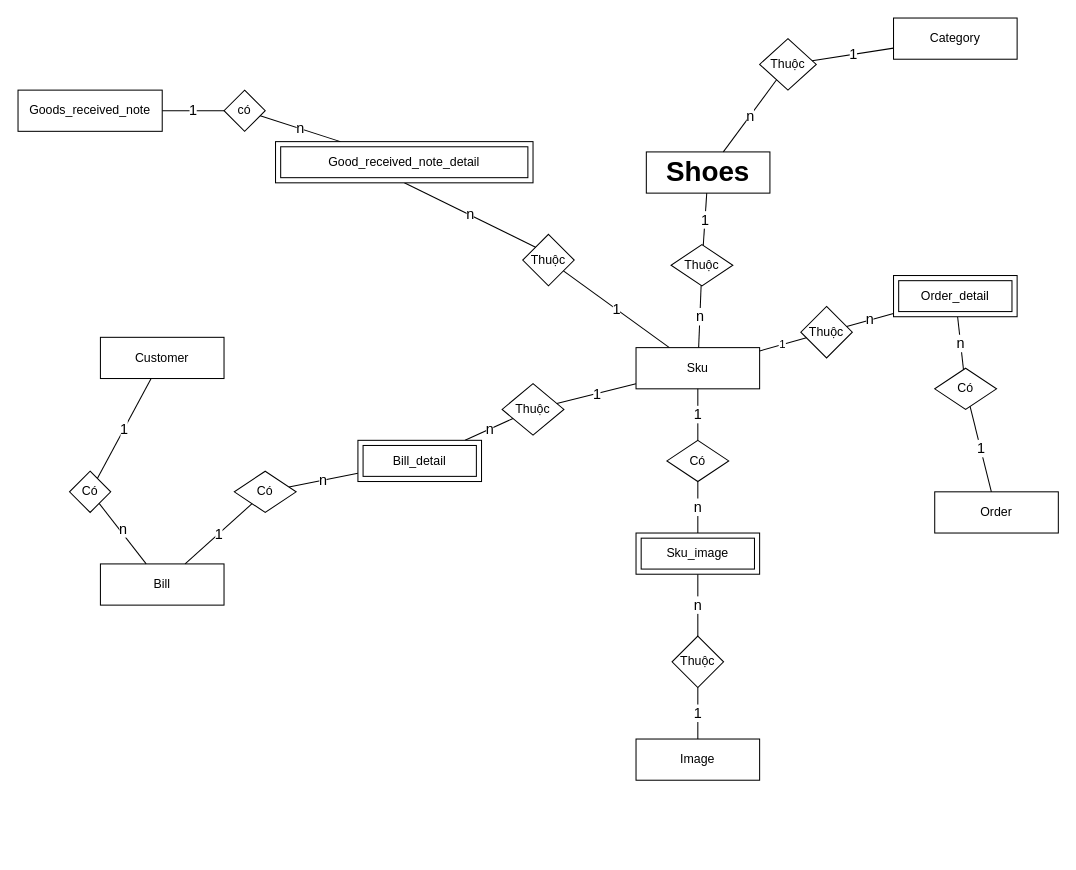
The draw.io diagram entity-relationship-diagram.drawio in xxminhmie/override-project-document, before the edit. Source tidied: cells renumbered, new cells numbered last; positions are measured from the earlier drawing's top-left corner, leaving out a move shared by most shapes. Both pictures are drawn from the tidied source at 103%, with x=0, y=0 at pixel (18, 18).
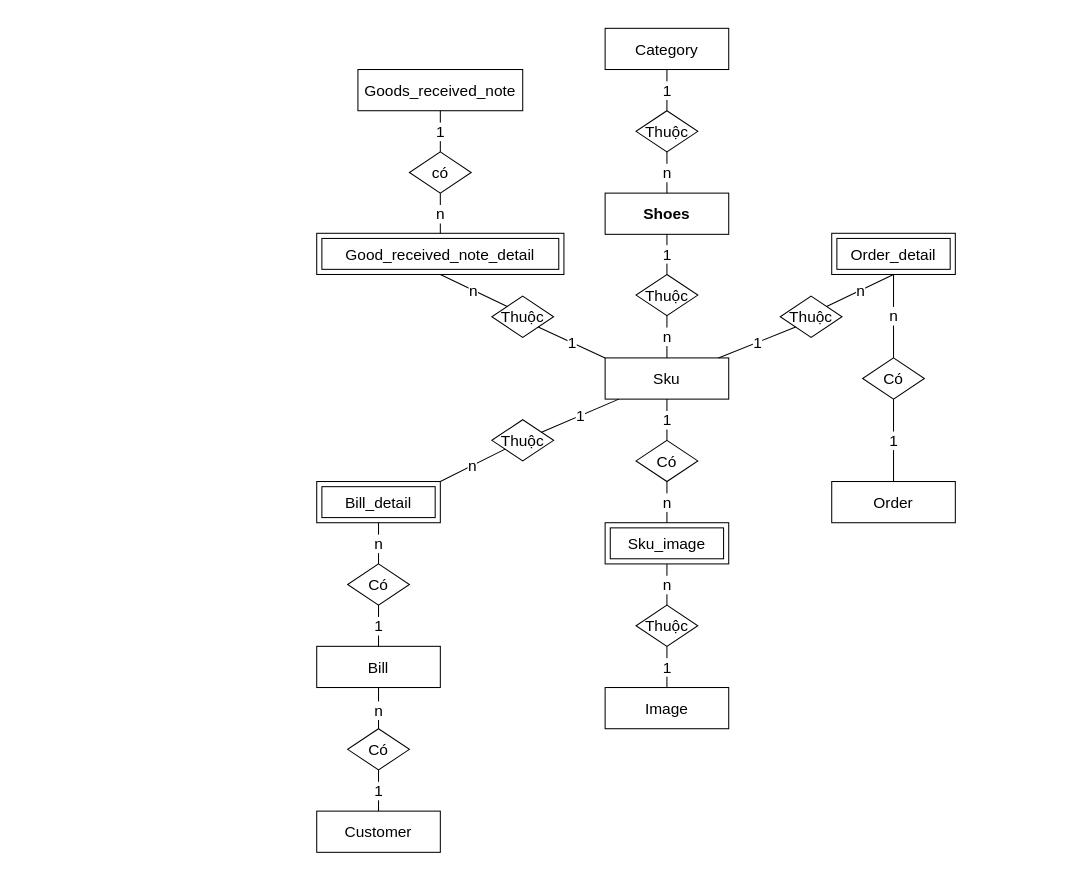
After the change.

Diff of the diagram source:
```diff
@@
-    <mxCell id="2" value="Customer" style="rounded=0;whiteSpace=wrap;html=1;" parent="1" vertex="1">
-      <mxGeometry x="80" y="310" width="120" height="40" as="geometry" />
+    <mxCell id="2" value="Customer" style="rounded=0;whiteSpace=wrap;html=1;fontSize=15;" parent="1" vertex="1">
+      <mxGeometry x="290" y="770" width="120" height="40" as="geometry" />
     </mxCell>
-    <mxCell id="3" value="Sku" style="rounded=0;whiteSpace=wrap;html=1;" parent="1" vertex="1">
-      <mxGeometry x="600" y="320" width="120" height="40" as="geometry" />
+    <mxCell id="3" value="Sku" style="rounded=0;whiteSpace=wrap;html=1;fontSize=15;" parent="1" vertex="1">
+      <mxGeometry x="570" y="330" width="120" height="40" as="geometry" />
     </mxCell>
-    <mxCell id="4" value="Bill" style="rounded=0;whiteSpace=wrap;html=1;" parent="1" vertex="1">
-      <mxGeometry x="80" y="530" width="120" height="40" as="geometry" />
+    <mxCell id="4" value="Bill" style="rounded=0;whiteSpace=wrap;html=1;fontSize=15;" parent="1" vertex="1">
+      <mxGeometry x="290" y="610" width="120" height="40" as="geometry" />
     </mxCell>
-    <mxCell id="5" value="Order" style="rounded=0;whiteSpace=wrap;html=1;" parent="1" vertex="1">
-      <mxGeometry x="890" y="460" width="120" height="40" as="geometry" />
+    <mxCell id="5" value="Order" style="rounded=0;whiteSpace=wrap;html=1;fontSize=15;" parent="1" vertex="1">
+      <mxGeometry x="790" y="450" width="120" height="40" as="geometry" />
     </mxCell>
-    <mxCell id="6" value="&lt;b&gt;&lt;font style=&quot;font-size: 27px&quot;&gt;Shoes&lt;/font&gt;&lt;/b&gt;" style="rounded=0;whiteSpace=wrap;html=1;" parent="1" vertex="1">
-      <mxGeometry x="610" y="130" width="120" height="40" as="geometry" />
+    <mxCell id="6" value="&lt;b style=&quot;font-size: 15px;&quot;&gt;&lt;font style=&quot;font-size: 15px;&quot;&gt;Shoes&lt;/font&gt;&lt;/b&gt;" style="rounded=0;whiteSpace=wrap;html=1;fontSize=15;" parent="1" vertex="1">
+      <mxGeometry x="570" y="170" width="120" height="40" as="geometry" />
     </mxCell>
-    <mxCell id="7" value="Category" style="rounded=0;whiteSpace=wrap;html=1;" parent="1" vertex="1">
-      <mxGeometry x="850" width="120" height="40" as="geometry" />
+    <mxCell id="7" value="Category" style="rounded=0;whiteSpace=wrap;html=1;fontSize=15;" parent="1" vertex="1">
+      <mxGeometry x="570" y="10" width="120" height="40" as="geometry" />
     </mxCell>
-    <mxCell id="8" style="edgeStyle=orthogonalEdgeStyle;rounded=0;orthogonalLoop=1;jettySize=auto;html=1;exitX=0.5;exitY=1;exitDx=0;exitDy=0;" parent="1" edge="1" source="7" target="7">
+    <mxCell id="8" style="edgeStyle=orthogonalEdgeStyle;rounded=0;orthogonalLoop=1;jettySize=auto;html=1;exitX=0.5;exitY=1;exitDx=0;exitDy=0;fontSize=15;" parent="1" edge="1" source="7" target="7">
       <mxGeometry relative="1" as="geometry" />
     </mxCell>
-    <mxCell id="9" value="Thuộc" style="rhombus;whiteSpace=wrap;html=1;" parent="1" vertex="1">
-      <mxGeometry x="720" y="20" width="55" height="50" as="geometry" />
+    <mxCell id="9" value="Thuộc" style="rhombus;whiteSpace=wrap;html=1;fontSize=15;" parent="1" vertex="1">
+      <mxGeometry x="600" y="90" width="60" height="40" as="geometry" />
     </mxCell>
-    <mxCell id="10" value="1" style="endArrow=none;html=1;fontSize=14;" parent="1" edge="1" source="9" target="7">
+    <mxCell id="10" value="1" style="endArrow=none;html=1;fontSize=15;" parent="1" edge="1" source="9" target="7">
       <mxGeometry relative="1" as="geometry" />
     </mxCell>
-    <mxCell id="11" value="n" style="endArrow=none;html=1;fontSize=14;" parent="1" edge="1" source="6" target="9">
+    <mxCell id="11" value="n" style="endArrow=none;html=1;fontSize=15;" parent="1" edge="1" source="6" target="9">
       <mxGeometry relative="1" as="geometry" />
     </mxCell>
-    <mxCell id="12" value="Thuộc" style="rhombus;whiteSpace=wrap;html=1;" parent="1" vertex="1">
-      <mxGeometry x="634" y="220" width="60" height="40" as="geometry" />
+    <mxCell id="12" value="Thuộc" style="rhombus;whiteSpace=wrap;html=1;fontSize=15;" parent="1" vertex="1">
+      <mxGeometry x="600" y="249" width="60" height="40" as="geometry" />
     </mxCell>
-    <mxCell id="13" value="n" style="endArrow=none;html=1;fontSize=14;" parent="1" edge="1" source="3" target="12">
+    <mxCell id="13" value="n" style="endArrow=none;html=1;fontSize=15;exitX=0.5;exitY=0;exitDx=0;exitDy=0;" parent="1" edge="1" source="3" target="12">
       <mxGeometry relative="1" as="geometry" />
     </mxCell>
-    <mxCell id="14" value="1" style="endArrow=none;html=1;fontSize=14;" parent="1" edge="1" source="12" target="6">
+    <mxCell id="14" value="1" style="endArrow=none;html=1;fontSize=15;" parent="1" edge="1" source="12" target="6">
       <mxGeometry relative="1" as="geometry" />
     </mxCell>
-    <mxCell id="15" value="Thuộc" style="rhombus;whiteSpace=wrap;html=1;" parent="1" vertex="1">
-      <mxGeometry x="470" y="355" width="60" height="50" as="geometry" />
+    <mxCell id="15" value="Thuộc" style="rhombus;whiteSpace=wrap;html=1;fontSize=15;" parent="1" vertex="1">
+      <mxGeometry x="460" y="390" width="60" height="40" as="geometry" />
     </mxCell>
-    <mxCell id="16" value="&lt;font style=&quot;font-size: 14px&quot;&gt;1&lt;/font&gt;" style="endArrow=none;html=1;" parent="1" edge="1" source="15" target="3">
+    <mxCell id="16" value="&lt;font style=&quot;font-size: 15px;&quot;&gt;1&lt;/font&gt;" style="endArrow=none;html=1;fontSize=15;" parent="1" edge="1" source="15" target="3">
       <mxGeometry relative="1" as="geometry" />
     </mxCell>
-    <mxCell id="17" value="&lt;font style=&quot;font-size: 14px&quot;&gt;n&lt;/font&gt;" style="endArrow=none;html=1;" parent="1" edge="1" source="39" target="15">
+    <mxCell id="17" value="&lt;font style=&quot;font-size: 15px;&quot;&gt;n&lt;/font&gt;" style="endArrow=none;html=1;fontSize=15;exitX=1;exitY=0;exitDx=0;exitDy=0;" parent="1" edge="1" source="39" target="15">
       <mxGeometry relative="1" as="geometry" />
     </mxCell>
-    <mxCell id="18" value="n" style="endArrow=none;html=1;fontSize=14;" parent="1" edge="1" source="19" target="39">
+    <mxCell id="18" value="n" style="endArrow=none;html=1;fontSize=15;" parent="1" edge="1" source="19" target="39">
       <mxGeometry relative="1" as="geometry" />
     </mxCell>
-    <mxCell id="19" value="Có" style="rhombus;whiteSpace=wrap;html=1;" parent="1" vertex="1">
-      <mxGeometry x="210" y="440" width="60" height="40" as="geometry" />
+    <mxCell id="19" value="Có" style="rhombus;whiteSpace=wrap;html=1;fontSize=15;" parent="1" vertex="1">
+      <mxGeometry x="320" y="530" width="60" height="40" as="geometry" />
     </mxCell>
-    <mxCell id="20" value="1" style="endArrow=none;html=1;fontSize=14;" parent="1" edge="1" source="4" target="19">
+    <mxCell id="20" value="1" style="endArrow=none;html=1;fontSize=15;" parent="1" edge="1" source="4" target="19">
       <mxGeometry relative="1" as="geometry" />
     </mxCell>
-    <mxCell id="21" value="Có" style="rhombus;whiteSpace=wrap;html=1;" parent="1" vertex="1">
-      <mxGeometry x="890" y="340" width="60" height="40" as="geometry" />
+    <mxCell id="21" value="Có" style="rhombus;whiteSpace=wrap;html=1;fontSize=15;" parent="1" vertex="1">
+      <mxGeometry x="820" y="330" width="60" height="40" as="geometry" />
     </mxCell>
-    <mxCell id="22" value="Thuộc" style="rhombus;whiteSpace=wrap;html=1;" parent="1" vertex="1">
-      <mxGeometry x="760" y="280" width="50" height="50" as="geometry" />
+    <mxCell id="22" value="Thuộc" style="rhombus;whiteSpace=wrap;html=1;fontSize=15;" parent="1" vertex="1">
+      <mxGeometry x="740" y="270" width="60" height="40" as="geometry" />
     </mxCell>
-    <mxCell id="23" value="&lt;font style=&quot;font-size: 14px&quot;&gt;n&lt;/font&gt;" style="endArrow=none;html=1;" parent="1" edge="1" source="40" target="22">
+    <mxCell id="23" value="&lt;font style=&quot;font-size: 15px;&quot;&gt;n&lt;/font&gt;" style="endArrow=none;html=1;fontSize=15;exitX=0.5;exitY=1;exitDx=0;exitDy=0;entryX=1;entryY=0;entryDx=0;entryDy=0;" parent="1" edge="1" source="40" target="22">
       <mxGeometry relative="1" as="geometry" />
     </mxCell>
-    <mxCell id="24" value="1" style="endArrow=none;html=1;" parent="1" edge="1" source="22" target="3">
+    <mxCell id="24" value="1" style="endArrow=none;html=1;fontSize=15;exitX=0;exitY=1;exitDx=0;exitDy=0;" parent="1" edge="1" source="22" target="3">
       <mxGeometry relative="1" as="geometry" />
     </mxCell>
-    <mxCell id="25" value="&lt;font style=&quot;font-size: 14px&quot;&gt;1&lt;/font&gt;" style="endArrow=none;html=1;" parent="1" edge="1" source="5" target="21">
+    <mxCell id="25" value="&lt;font style=&quot;font-size: 15px;&quot;&gt;1&lt;/font&gt;" style="endArrow=none;html=1;fontSize=15;" parent="1" edge="1" source="5" target="21">
       <mxGeometry relative="1" as="geometry" />
     </mxCell>
-    <mxCell id="26" value="&lt;font style=&quot;font-size: 14px&quot;&gt;n&lt;/font&gt;" style="endArrow=none;html=1;" parent="1" edge="1" source="21" target="40">
+    <mxCell id="26" value="&lt;font style=&quot;font-size: 15px;&quot;&gt;n&lt;/font&gt;" style="endArrow=none;html=1;fontSize=15;entryX=0.5;entryY=1;entryDx=0;entryDy=0;" parent="1" edge="1" source="21" target="40">
       <mxGeometry relative="1" as="geometry" />
     </mxCell>
-    <mxCell id="27" value="Có" style="rhombus;whiteSpace=wrap;html=1;" parent="1" vertex="1">
-      <mxGeometry x="50" y="440" width="40" height="40" as="geometry" />
+    <mxCell id="27" value="Có" style="rhombus;whiteSpace=wrap;html=1;fontSize=15;" parent="1" vertex="1">
+      <mxGeometry x="320" y="690" width="60" height="40" as="geometry" />
     </mxCell>
-    <mxCell id="28" value="Goods_received_note" style="rounded=0;whiteSpace=wrap;html=1;" parent="1" vertex="1">
-      <mxGeometry y="70" width="140" height="40" as="geometry" />
+    <mxCell id="28" value="Goods_received_note" style="rounded=0;whiteSpace=wrap;html=1;fontSize=15;" parent="1" vertex="1">
+      <mxGeometry x="330" y="50" width="160" height="40" as="geometry" />
     </mxCell>
-    <mxCell id="29" value="Thuộc" style="rhombus;whiteSpace=wrap;html=1;" parent="1" vertex="1">
-      <mxGeometry x="490" y="210" width="50" height="50" as="geometry" />
+    <mxCell id="29" value="Thuộc" style="rhombus;whiteSpace=wrap;html=1;fontSize=15;" parent="1" vertex="1">
+      <mxGeometry x="460" y="270" width="60" height="40" as="geometry" />
     </mxCell>
-    <mxCell id="30" value="có" style="rhombus;whiteSpace=wrap;html=1;" parent="1" vertex="1">
-      <mxGeometry x="200" y="70" width="40" height="40" as="geometry" />
+    <mxCell id="30" value="có" style="rhombus;whiteSpace=wrap;html=1;fontSize=15;" parent="1" vertex="1">
+      <mxGeometry x="380" y="130" width="60" height="40" as="geometry" />
     </mxCell>
-    <mxCell id="31" value="&lt;font style=&quot;font-size: 14px&quot;&gt;1&lt;/font&gt;" style="endArrow=none;html=1;" parent="1" edge="1" source="29" target="3">
+    <mxCell id="31" value="&lt;font style=&quot;font-size: 15px;&quot;&gt;1&lt;/font&gt;" style="endArrow=none;html=1;fontSize=15;entryX=0;entryY=0;entryDx=0;entryDy=0;exitX=1;exitY=1;exitDx=0;exitDy=0;" parent="1" edge="1" source="29" target="3">
       <mxGeometry relative="1" as="geometry" />
     </mxCell>
-    <mxCell id="32" value="&lt;font style=&quot;font-size: 14px&quot;&gt;n&lt;/font&gt;" style="endArrow=none;html=1;entryX=0;entryY=0;entryDx=0;entryDy=0;exitX=0.5;exitY=1;exitDx=0;exitDy=0;" parent="1" edge="1" source="37" target="29">
+    <mxCell id="32" value="&lt;font style=&quot;font-size: 15px;&quot;&gt;n&lt;/font&gt;" style="endArrow=none;html=1;entryX=0;entryY=0;entryDx=0;entryDy=0;exitX=0.5;exitY=1;exitDx=0;exitDy=0;fontSize=15;" parent="1" edge="1" source="37" target="29">
       <mxGeometry relative="1" as="geometry" />
     </mxCell>
-    <mxCell id="33" value="&lt;font style=&quot;font-size: 14px&quot;&gt;1&lt;/font&gt;" style="endArrow=none;html=1;" parent="1" edge="1" source="28" target="30">
+    <mxCell id="33" value="&lt;font style=&quot;font-size: 15px;&quot;&gt;1&lt;/font&gt;" style="endArrow=none;html=1;fontSize=15;" parent="1" edge="1" source="28" target="30">
       <mxGeometry relative="1" as="geometry" />
     </mxCell>
-    <mxCell id="34" style="endArrow=none;html=1;" parent="1" edge="1" source="4" target="27">
+    <mxCell id="34" style="endArrow=none;html=1;fontSize=15;" parent="1" edge="1" source="4" target="27">
       <mxGeometry relative="1" as="geometry" />
     </mxCell>
-    <mxCell id="35" value="n" style="edgeLabel;html=1;align=center;verticalAlign=middle;fontSize=14;" parent="34" vertex="1">
-      <mxGeometry x="0.1" y="-3" relative="1" as="geometry" />
+    <mxCell id="35" value="n" style="edgeLabel;html=1;align=center;verticalAlign=middle;fontSize=15;" parent="34" vertex="1">
+      <mxGeometry x="0.1" y="-3" relative="1" as="geometry">
+        <mxPoint x="2" y="-1" as="offset" />
+      </mxGeometry>
     </mxCell>
-    <mxCell id="36" value="1" style="endArrow=none;html=1;fontSize=14;" parent="1" edge="1" source="27" target="2">
+    <mxCell id="36" value="1" style="endArrow=none;html=1;fontSize=15;" parent="1" edge="1" source="27" target="2">
       <mxGeometry relative="1" as="geometry" />
     </mxCell>
-    <mxCell id="37" value="&lt;span&gt;Good_received_note_detail&lt;/span&gt;" style="shape=ext;margin=3;double=1;whiteSpace=wrap;html=1;align=center;" parent="1" vertex="1">
-      <mxGeometry x="250" y="120" width="250" height="40" as="geometry" />
+    <mxCell id="37" value="&lt;span style=&quot;font-size: 15px;&quot;&gt;Good_received_note_detail&lt;/span&gt;" style="shape=ext;margin=3;double=1;whiteSpace=wrap;html=1;align=center;fontSize=15;" parent="1" vertex="1">
+      <mxGeometry x="290" y="209" width="240" height="40" as="geometry" />
     </mxCell>
-    <mxCell id="38" value="&lt;font style=&quot;font-size: 14px&quot;&gt;n&lt;/font&gt;" style="endArrow=none;html=1;" parent="1" edge="1" source="30" target="37">
+    <mxCell id="38" value="&lt;font style=&quot;font-size: 15px;&quot;&gt;n&lt;/font&gt;" style="endArrow=none;html=1;entryX=0.5;entryY=0;entryDx=0;entryDy=0;fontSize=15;" parent="1" edge="1" source="30" target="37">
       <mxGeometry relative="1" as="geometry" />
     </mxCell>
-    <mxCell id="39" value="Bill_detail" style="shape=ext;margin=3;double=1;whiteSpace=wrap;html=1;align=center;" parent="1" vertex="1">
-      <mxGeometry x="330" y="410" width="120" height="40" as="geometry" />
+    <mxCell id="39" value="Bill_detail" style="shape=ext;margin=3;double=1;whiteSpace=wrap;html=1;align=center;fontSize=15;" parent="1" vertex="1">
+      <mxGeometry x="290" y="450" width="120" height="40" as="geometry" />
     </mxCell>
-    <mxCell id="40" value="Order_detail" style="shape=ext;margin=3;double=1;whiteSpace=wrap;html=1;align=center;" parent="1" vertex="1">
-      <mxGeometry x="850" y="250" width="120" height="40" as="geometry" />
+    <mxCell id="40" value="Order_detail" style="shape=ext;margin=3;double=1;whiteSpace=wrap;html=1;align=center;fontSize=15;" parent="1" vertex="1">
+      <mxGeometry x="790" y="209" width="120" height="40" as="geometry" />
     </mxCell>
-    <mxCell id="41" value="Image" style="rounded=0;whiteSpace=wrap;html=1;" parent="1" vertex="1">
-      <mxGeometry x="600" y="700" width="120" height="40" as="geometry" />
+    <mxCell id="41" value="Image" style="rounded=0;whiteSpace=wrap;html=1;fontSize=15;" parent="1" vertex="1">
+      <mxGeometry x="570" y="650" width="120" height="40" as="geometry" />
     </mxCell>
-    <mxCell id="42" value="1" style="endArrow=none;html=1;fontSize=14;exitX=0.5;exitY=0;exitDx=0;exitDy=0;entryX=0.5;entryY=1;entryDx=0;entryDy=0;" parent="1" edge="1" source="41" target="43">
+    <mxCell id="42" value="1" style="endArrow=none;html=1;fontSize=15;exitX=0.5;exitY=0;exitDx=0;exitDy=0;entryX=0.5;entryY=1;entryDx=0;entryDy=0;" parent="1" edge="1" source="41" target="43">
       <mxGeometry relative="1" as="geometry" />
     </mxCell>
-    <mxCell id="43" value="Thuộc" style="rhombus;whiteSpace=wrap;html=1;" parent="1" vertex="1">
-      <mxGeometry x="635" y="600" width="50" height="50" as="geometry" />
+    <mxCell id="43" value="Thuộc" style="rhombus;whiteSpace=wrap;html=1;fontSize=15;" parent="1" vertex="1">
+      <mxGeometry x="600" y="570" width="60" height="40" as="geometry" />
     </mxCell>
-    <mxCell id="44" value="n" style="endArrow=none;html=1;fontSize=14;exitX=0.5;exitY=0;exitDx=0;exitDy=0;entryX=0.5;entryY=1;entryDx=0;entryDy=0;" parent="1" edge="1" source="43" target="45">
+    <mxCell id="44" value="n" style="endArrow=none;html=1;fontSize=15;exitX=0.5;exitY=0;exitDx=0;exitDy=0;entryX=0.5;entryY=1;entryDx=0;entryDy=0;" parent="1" edge="1" source="43" target="45">
       <mxGeometry relative="1" as="geometry" />
     </mxCell>
-    <mxCell id="45" value="Sku_image" style="shape=ext;margin=3;double=1;whiteSpace=wrap;html=1;align=center;" parent="1" vertex="1">
-      <mxGeometry x="600" y="500" width="120" height="40" as="geometry" />
+    <mxCell id="45" value="Sku_image" style="shape=ext;margin=3;double=1;whiteSpace=wrap;html=1;align=center;fontSize=15;" parent="1" vertex="1">
+      <mxGeometry x="570" y="490" width="120" height="40" as="geometry" />
     </mxCell>
-    <mxCell id="46" value="n" style="endArrow=none;html=1;fontSize=14;exitX=0.5;exitY=0;exitDx=0;exitDy=0;entryX=0.5;entryY=1;entryDx=0;entryDy=0;" parent="1" edge="1" source="45" target="47">
+    <mxCell id="46" value="n" style="endArrow=none;html=1;fontSize=15;exitX=0.5;exitY=0;exitDx=0;exitDy=0;entryX=0.5;entryY=1;entryDx=0;entryDy=0;" parent="1" edge="1" source="45" target="47">
       <mxGeometry relative="1" as="geometry" />
     </mxCell>
-    <mxCell id="47" value="Có" style="rhombus;whiteSpace=wrap;html=1;" parent="1" vertex="1">
-      <mxGeometry x="630" y="410" width="60" height="40" as="geometry" />
+    <mxCell id="47" value="Có" style="rhombus;whiteSpace=wrap;html=1;fontSize=15;" parent="1" vertex="1">
+      <mxGeometry x="600" y="410" width="60" height="40" as="geometry" />
     </mxCell>
-    <mxCell id="48" value="1" style="endArrow=none;html=1;fontSize=14;" parent="1" edge="1" source="47" target="3">
+    <mxCell id="48" value="1" style="endArrow=none;html=1;fontSize=15;" parent="1" edge="1" source="47" target="3">
       <mxGeometry relative="1" as="geometry" />
     </mxCell>
```
